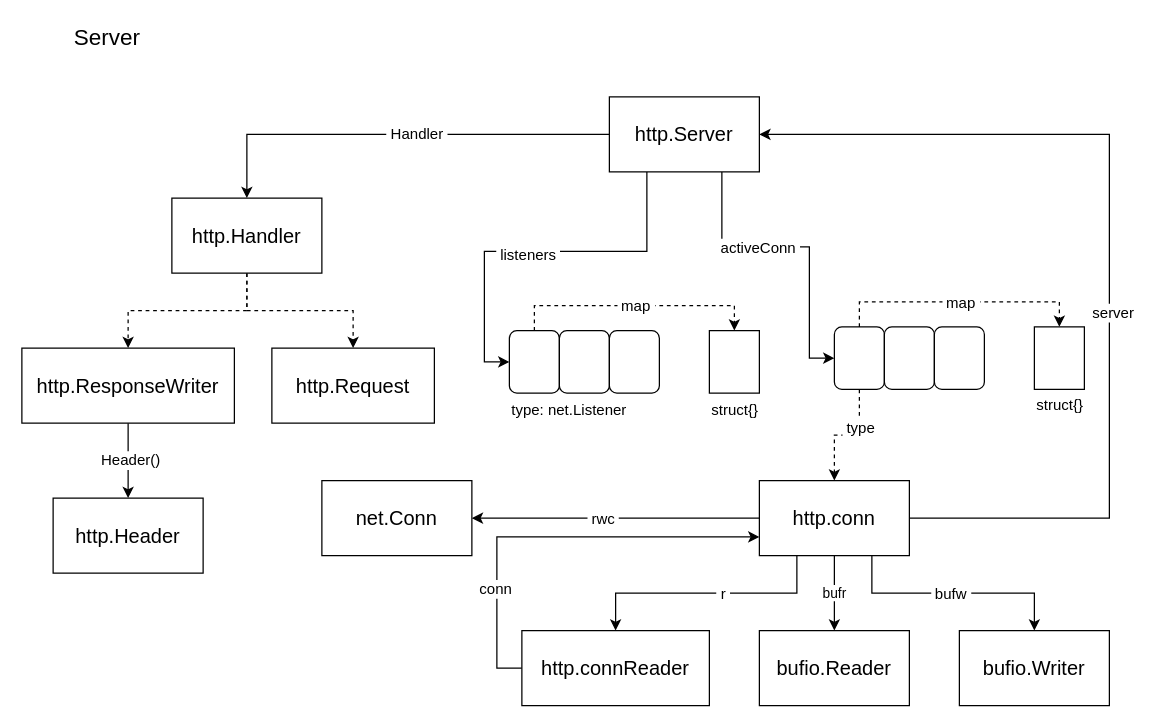
Earlier version of the draw.io diagram page "Page-1" (1 of 5) of go-net.drawio (oiar/assets). Source tidied: cells renumbered, new cells numbered last; positions are measured from the earlier drawing's top-left corner, leaving out a move shared by most shapes. Both pictures are drawn from the tidied source at 125%, with x=0, y=0 at pixel (21, 21).
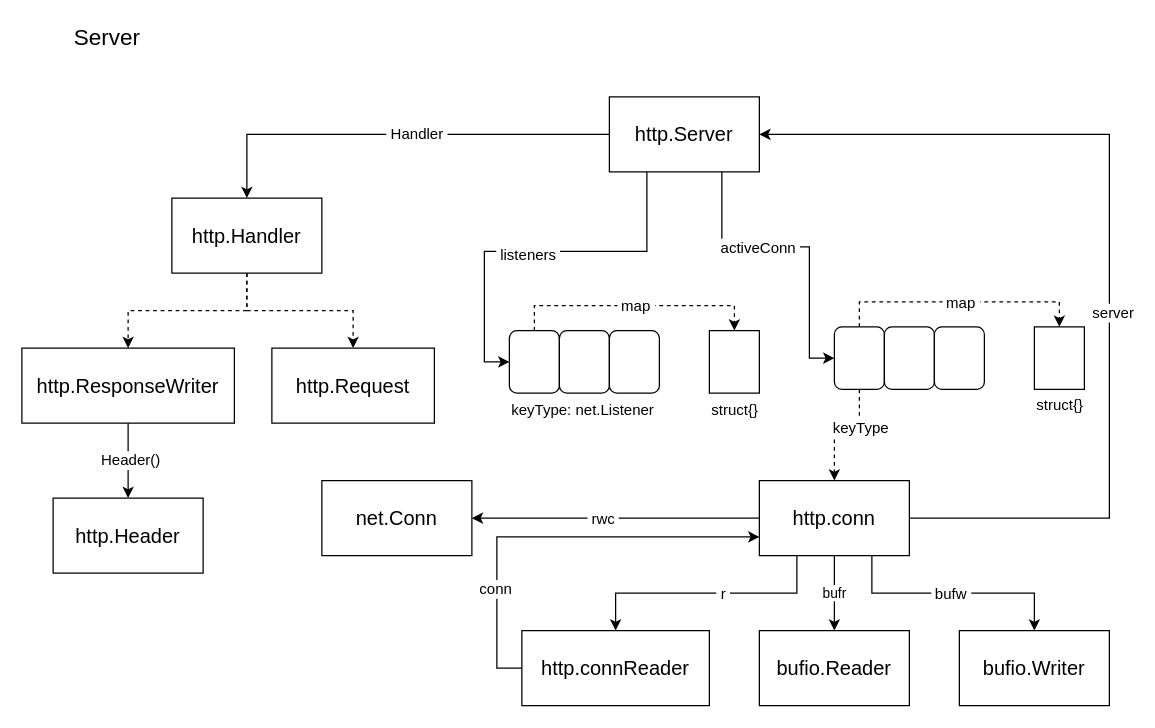
After the change.

The change refers to these unchanged cells:
```xml
<mxCell id="28" style="edgeStyle=orthogonalEdgeStyle;rounded=0;jettySize=auto;html=1;exitX=0.5;exitY=1;exitDx=0;exitDy=0;dashed=1;" parent="1" edge="1" source="30" target="44">
  <mxGeometry relative="1" as="geometry" />
</mxCell>
```

Change to the diagram source:
```diff
@@
-    <mxCell id="24" value="type: net.Listener" style="text;html=1;align=left;verticalAlign=top;spacingTop=-4;" parent="1" vertex="1">
-      <mxGeometry x="390" y="301" width="110" height="20" as="geometry" />
+    <mxCell id="24" value="keyType: net.Listener" style="text;html=1;align=left;verticalAlign=top;spacingTop=-4;" parent="1" vertex="1">
+      <mxGeometry x="390" y="301" width="130" height="20" as="geometry" />
     </mxCell>
@@
-    <mxCell id="29" value="&amp;nbsp;type&amp;nbsp;" style="text;html=1;align=center;verticalAlign=middle;labelBackgroundColor=#ffffff;" parent="28" vertex="1">
+    <mxCell id="29" value="&amp;nbsp;keyType&amp;nbsp;" style="text;html=1;align=center;verticalAlign=middle;labelBackgroundColor=#ffffff;" parent="28" vertex="1">
       <mxGeometry x="-0.27" y="8" relative="1" as="geometry">
         <mxPoint x="-8" y="-4" as="offset" />
       </mxGeometry>
     </mxCell>
```
